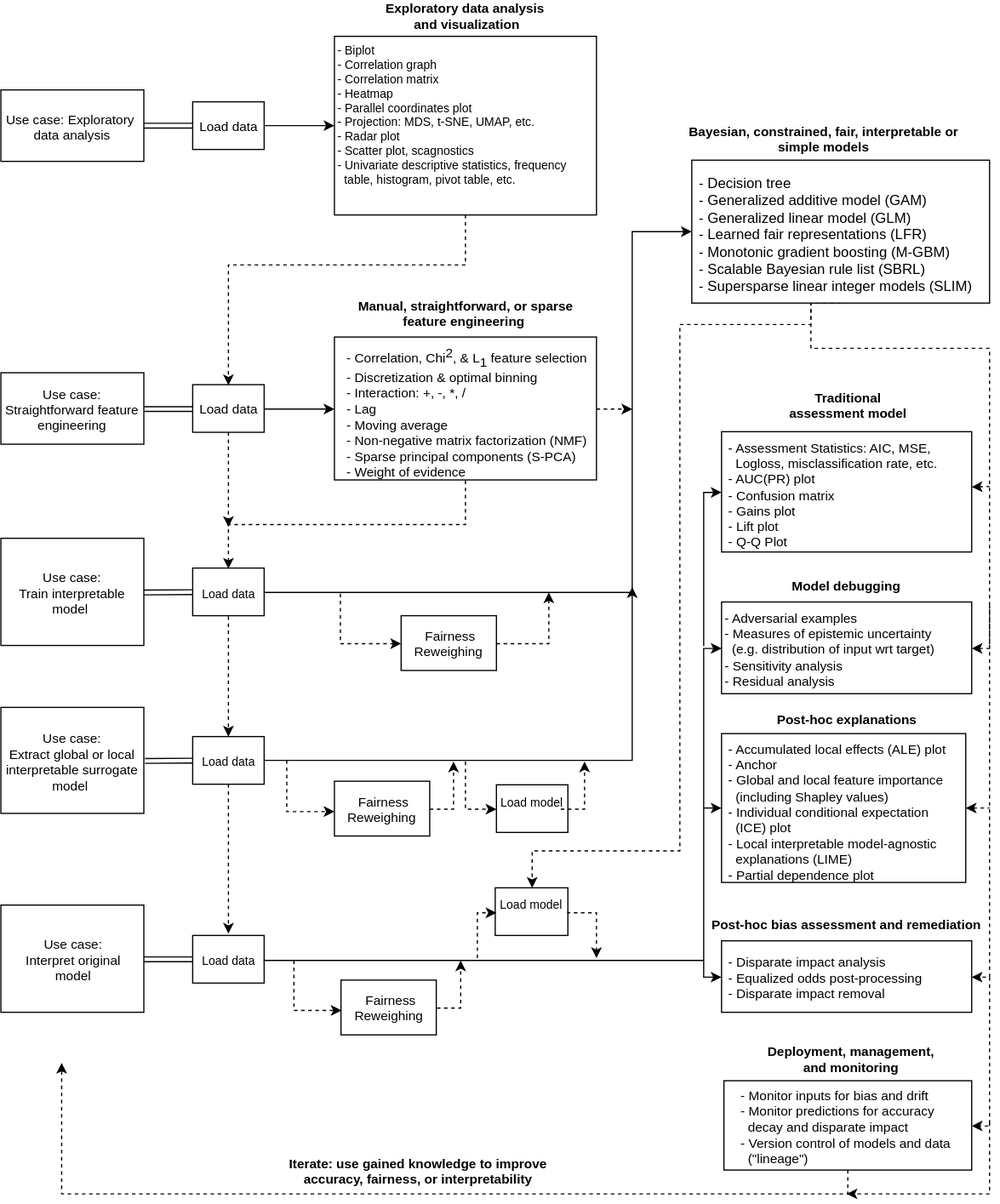
Above: blueprint.svg in h2oai/mli-resources (draw.io), before the change. Source tidied: cells renumbered, new cells last; positions are measured from the earlier drawing's top-left corner, leaving out a move shared by most shapes.
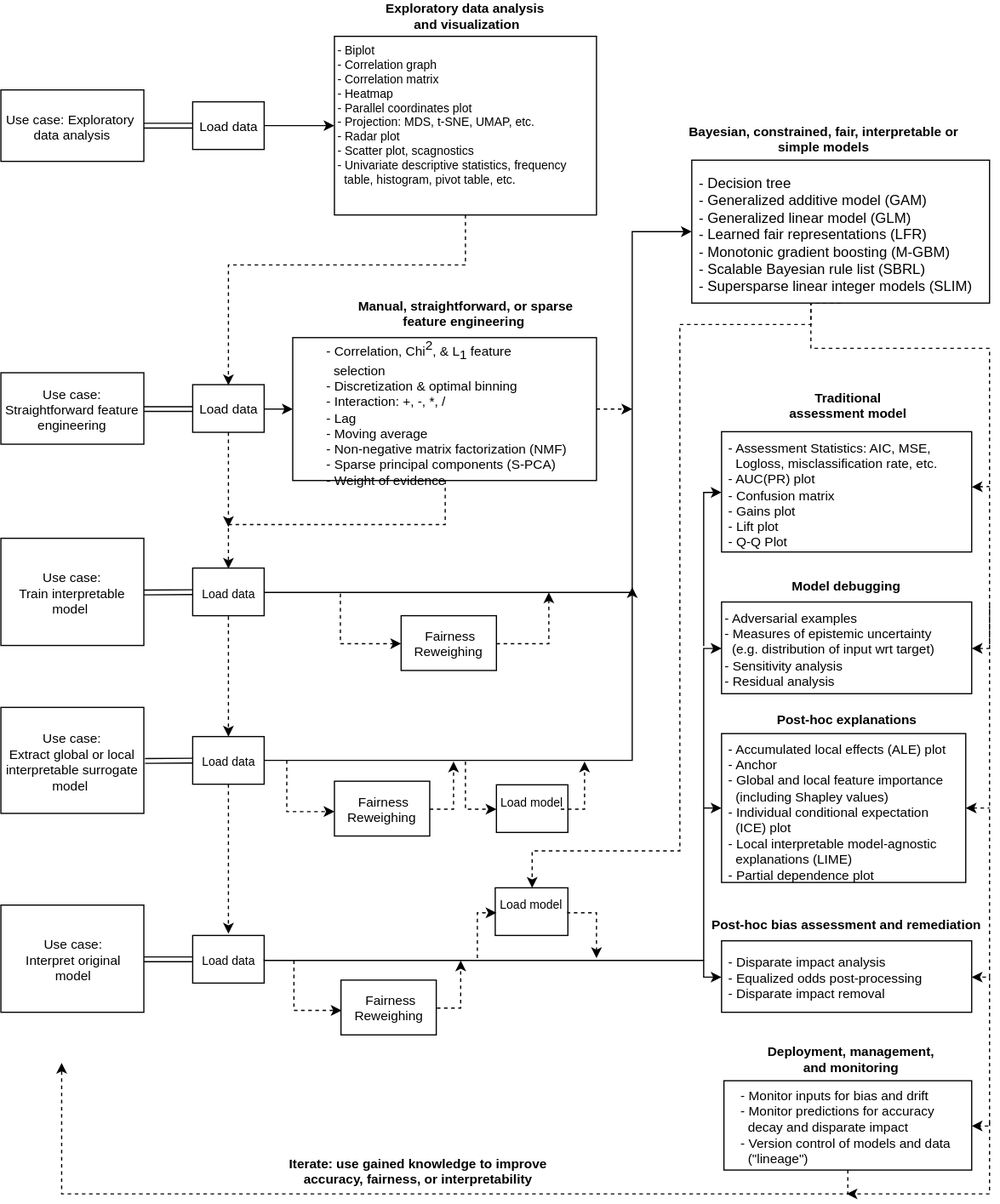
After the commit.

Commit message:
some sizing issue

The edit, as a diff of the source:
```diff
@@ -24,8 +24,8 @@
         <mxPoint x="530" y="340.5" as="targetPoint" />
       </mxGeometry>
     </mxCell>
-    <mxCell id="8" value="&lt;div style=&quot;text-align: left ; font-size: 11px&quot;&gt;&lt;span&gt;- Correlation,&amp;nbsp;&lt;/span&gt;&lt;span&gt;Chi&lt;/span&gt;&lt;sup style=&quot;font-size: 11px&quot;&gt;2&lt;/sup&gt;&lt;span&gt;, &amp;amp;&amp;nbsp;&lt;/span&gt;&lt;span&gt;L&lt;/span&gt;&lt;sub style=&quot;font-size: 11px&quot;&gt;1&amp;nbsp;&lt;/sub&gt;&lt;span style=&quot;text-align: center&quot;&gt;feature selection&lt;/span&gt;&lt;/div&gt;&lt;div style=&quot;text-align: left ; font-size: 11px&quot;&gt;&lt;font style=&quot;font-size: 11px&quot;&gt;- Discretization &amp;amp; optimal binning&lt;span&gt;&lt;br&gt;&lt;/span&gt;&lt;/font&gt;&lt;/div&gt;&lt;div style=&quot;text-align: left ; font-size: 11px&quot;&gt;&lt;font style=&quot;font-size: 11px&quot;&gt;- Interaction: +, -, *, /&lt;span&gt;&lt;br&gt;&lt;/span&gt;&lt;/font&gt;&lt;/div&gt;&lt;div style=&quot;text-align: left ; font-size: 11px&quot;&gt;&lt;font style=&quot;font-size: 11px&quot;&gt;- Lag&lt;/font&gt;&lt;/div&gt;&lt;div style=&quot;text-align: left ; font-size: 11px&quot;&gt;&lt;font style=&quot;font-size: 11px&quot;&gt;- Moving average&lt;/font&gt;&lt;/div&gt;&lt;div style=&quot;text-align: left ; font-size: 11px&quot;&gt;&lt;font style=&quot;font-size: 11px&quot;&gt;&lt;span&gt;- Non-negative matrix factorization (NMF)&lt;/span&gt;&lt;span&gt;&lt;br&gt;&lt;/span&gt;&lt;/font&gt;&lt;/div&gt;&lt;div style=&quot;text-align: left ; font-size: 11px&quot;&gt;&lt;font style=&quot;font-size: 11px&quot;&gt;&lt;span style=&quot;text-align: center ; font-size: 11px&quot;&gt;- &lt;/span&gt;&lt;span style=&quot;text-align: center ; font-size: 11px&quot;&gt;Sparse principal components (S-PCA)&lt;/span&gt;&lt;/font&gt;&lt;/div&gt;&lt;div style=&quot;text-align: left ; font-size: 11px&quot;&gt;- Weight of evidence&lt;br&gt;&lt;/div&gt;" style="rounded=0;whiteSpace=wrap;html=1;fontSize=11;" parent="1" vertex="1">
-      <mxGeometry x="280" y="280.5" width="220" height="120" as="geometry" />
+    <mxCell id="8" value="&lt;div style=&quot;text-align: left ; font-size: 11px&quot;&gt;&lt;span&gt;- Correlation,&amp;nbsp;&lt;/span&gt;&lt;span&gt;Chi&lt;/span&gt;&lt;sup style=&quot;font-size: 11px&quot;&gt;2&lt;/sup&gt;&lt;span&gt;, &amp;amp;&amp;nbsp;&lt;/span&gt;&lt;span&gt;L&lt;/span&gt;&lt;sub style=&quot;font-size: 11px&quot;&gt;1&amp;nbsp;&lt;/sub&gt;&lt;span style=&quot;text-align: center&quot;&gt;feature&lt;/span&gt;&lt;/div&gt;&lt;div style=&quot;text-align: left ; font-size: 11px&quot;&gt;&lt;span style=&quot;text-align: center&quot;&gt;&amp;nbsp; selection&lt;/span&gt;&lt;/div&gt;&lt;div style=&quot;text-align: left ; font-size: 11px&quot;&gt;&lt;font style=&quot;font-size: 11px&quot;&gt;- Discretization &amp;amp; optimal binning&lt;span&gt;&lt;br&gt;&lt;/span&gt;&lt;/font&gt;&lt;/div&gt;&lt;div style=&quot;text-align: left ; font-size: 11px&quot;&gt;&lt;font style=&quot;font-size: 11px&quot;&gt;- Interaction: +, -, *, /&lt;span&gt;&lt;br&gt;&lt;/span&gt;&lt;/font&gt;&lt;/div&gt;&lt;div style=&quot;text-align: left ; font-size: 11px&quot;&gt;&lt;font style=&quot;font-size: 11px&quot;&gt;- Lag&lt;/font&gt;&lt;/div&gt;&lt;div style=&quot;text-align: left ; font-size: 11px&quot;&gt;&lt;font style=&quot;font-size: 11px&quot;&gt;- Moving average&lt;/font&gt;&lt;/div&gt;&lt;div style=&quot;text-align: left ; font-size: 11px&quot;&gt;&lt;font style=&quot;font-size: 11px&quot;&gt;&lt;span&gt;- Non-negative matrix factorization (NMF)&lt;/span&gt;&lt;span&gt;&lt;br&gt;&lt;/span&gt;&lt;/font&gt;&lt;/div&gt;&lt;div style=&quot;text-align: left ; font-size: 11px&quot;&gt;&lt;font style=&quot;font-size: 11px&quot;&gt;&lt;span style=&quot;text-align: center ; font-size: 11px&quot;&gt;- &lt;/span&gt;&lt;span style=&quot;text-align: center ; font-size: 11px&quot;&gt;Sparse principal components (S-PCA)&lt;/span&gt;&lt;/font&gt;&lt;/div&gt;&lt;div style=&quot;text-align: left ; font-size: 11px&quot;&gt;- Weight of evidence&lt;br&gt;&lt;/div&gt;" style="rounded=0;whiteSpace=wrap;html=1;fontSize=11;" parent="1" vertex="1">
+      <mxGeometry x="245" y="281" width="255" height="120" as="geometry" />
     </mxCell>
     <mxCell id="9" style="edgeStyle=orthogonalEdgeStyle;rounded=0;html=1;exitX=1;exitY=0.5;entryX=0;entryY=0.5;jettySize=auto;fontSize=11;" parent="1" edge="1" source="11" target="15">
       <mxGeometry relative="1" as="geometry">
```
